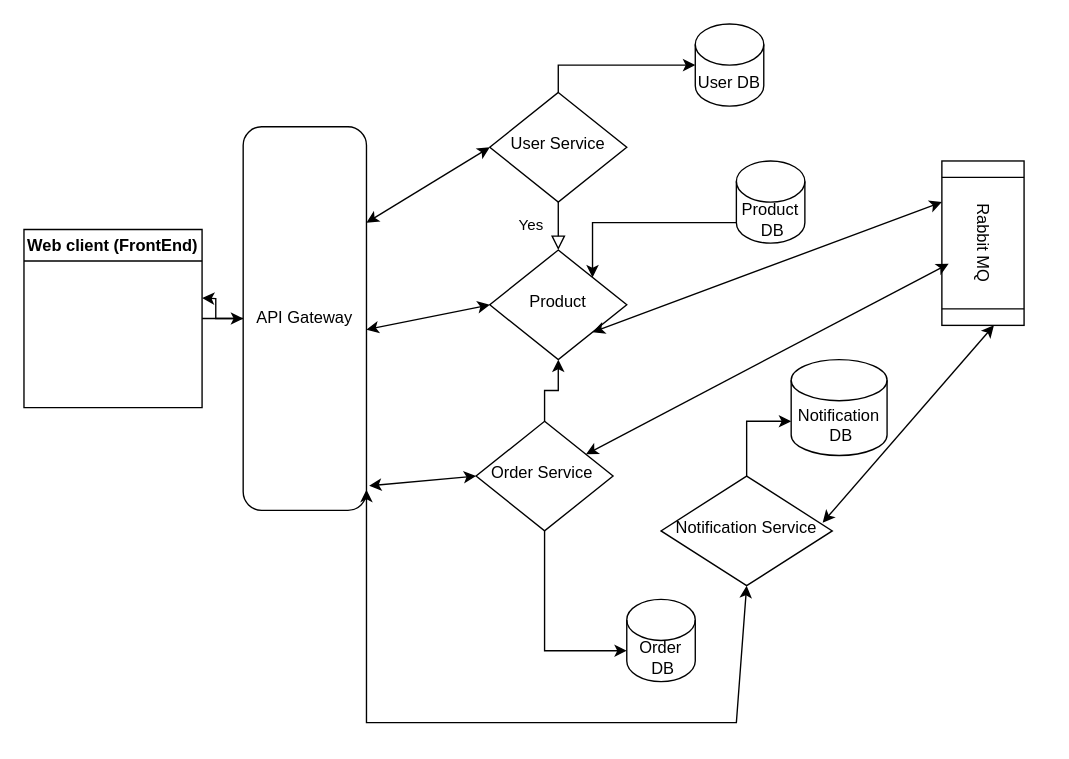
This is Flow Diagram.drawio from AyushHere/ECommerceMicroservices, a draw.io file, before an edit. Source tidied: cells renumbered, new cells numbered last; positions are measured from the earlier drawing's top-left corner, leaving out a move shared by most shapes. Both pictures are drawn from the tidied source at 137%, with x=0, y=0 at pixel (23, 23).
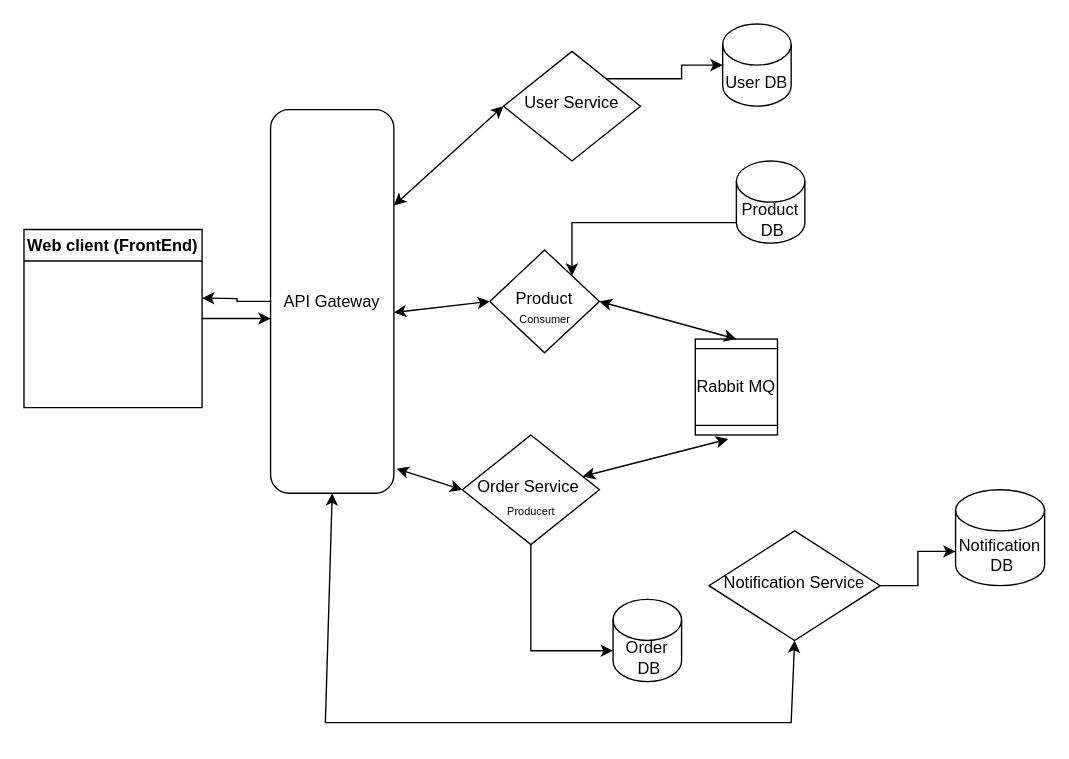
The same diagram, later.

Change to the diagram source:
```diff
@@
     <mxCell id="3" value="API Gateway" style="rounded=1;whiteSpace=wrap;html=1;fontSize=12;glass=0;strokeWidth=1;shadow=0;" parent="1" vertex="1">
-      <mxGeometry x="160" y="75" width="90" height="280" as="geometry" />
+      <mxGeometry x="180" y="62.5" width="90" height="280" as="geometry" />
     </mxCell>
-    <mxCell id="4" value="Yes" style="rounded=0;html=1;jettySize=auto;fontSize=11;endArrow=block;endFill=0;endSize=8;strokeWidth=1;shadow=0;labelBackgroundColor=none;edgeStyle=orthogonalEdgeStyle;" parent="1" edge="1" source="6" target="7">
-      <mxGeometry y="20" relative="1" as="geometry" />
-    </mxCell>
-    <mxCell id="5" style="edgeStyle=orthogonalEdgeStyle;rounded=0;jettySize=auto;html=1;exitX=0.5;exitY=0;exitDx=0;exitDy=0;" parent="1" edge="1" source="6" target="13">
+    <mxCell id="5" style="edgeStyle=orthogonalEdgeStyle;rounded=0;jettySize=auto;html=1;exitX=1;exitY=0;exitDx=0;exitDy=0;" parent="1" edge="1" source="6" target="13">
       <mxGeometry relative="1" as="geometry" />
     </mxCell>
     <mxCell id="6" value="User Service" style="rhombus;whiteSpace=wrap;html=1;shadow=0;fontFamily=Helvetica;fontSize=12;align=center;strokeWidth=1;spacing=6;spacingTop=-4;" parent="1" vertex="1">
-      <mxGeometry x="340" y="50" width="100" height="80" as="geometry" />
+      <mxGeometry x="350" y="20" width="100" height="80" as="geometry" />
     </mxCell>
     <mxCell id="7" value="Product" style="rhombus;whiteSpace=wrap;html=1;shadow=0;fontFamily=Helvetica;fontSize=12;align=center;strokeWidth=1;spacing=6;spacingTop=-4;" parent="1" vertex="1">
-      <mxGeometry x="340" y="165" width="100" height="80" as="geometry" />
+      <mxGeometry x="340" y="165" width="80" height="75" as="geometry" />
     </mxCell>
@@
-    <mxCell id="10" style="edgeStyle=orthogonalEdgeStyle;rounded=0;jettySize=auto;html=1;" parent="1" edge="1" source="11" target="7">
-      <mxGeometry relative="1" as="geometry" />
-    </mxCell>
     <mxCell id="11" value="Order Service&amp;nbsp;" style="rhombus;whiteSpace=wrap;html=1;shadow=0;fontFamily=Helvetica;fontSize=12;align=center;strokeWidth=1;spacing=6;spacingTop=-4;" parent="1" vertex="1">
-      <mxGeometry x="330" y="290" width="100" height="80" as="geometry" />
+      <mxGeometry x="320" y="300" width="100" height="80" as="geometry" />
     </mxCell>
     <mxCell id="12" value="Notification Service" style="rhombus;whiteSpace=wrap;html=1;shadow=0;fontFamily=Helvetica;fontSize=12;align=center;strokeWidth=1;spacing=6;spacingTop=-4;" parent="1" vertex="1">
-      <mxGeometry x="465" y="330" width="125" height="80" as="geometry" />
+      <mxGeometry x="500" y="370" width="125" height="80" as="geometry" />
     </mxCell>
     <mxCell id="13" value="User DB" style="shape=cylinder3;whiteSpace=wrap;html=1;boundedLbl=1;backgroundOutline=1;size=15;" parent="1" vertex="1">
-      <mxGeometry x="490" width="50" height="60" as="geometry" />
+      <mxGeometry x="510" width="50" height="60" as="geometry" />
     </mxCell>
@@
     <mxCell id="16" value="Order&lt;div&gt;&amp;nbsp;DB&lt;/div&gt;" style="shape=cylinder3;whiteSpace=wrap;html=1;boundedLbl=1;backgroundOutline=1;size=15;" parent="1" vertex="1">
-      <mxGeometry x="440" y="420" width="50" height="60" as="geometry" />
+      <mxGeometry x="430" y="420" width="50" height="60" as="geometry" />
     </mxCell>
@@
     <mxCell id="18" value="Notification&lt;div&gt;&amp;nbsp;DB&lt;/div&gt;" style="shape=cylinder3;whiteSpace=wrap;html=1;boundedLbl=1;backgroundOutline=1;size=15;" parent="1" vertex="1">
-      <mxGeometry x="560" y="245" width="70" height="70" as="geometry" />
+      <mxGeometry x="680" y="340" width="65" height="70" as="geometry" />
     </mxCell>
@@
-    <mxCell id="20" value="Rabbit MQ" style="shape=process;whiteSpace=wrap;html=1;backgroundOutline=1;rotation=90;" parent="1" vertex="1">
-      <mxGeometry x="640" y="130" width="120" height="60" as="geometry" />
+    <mxCell id="20" value="Rabbit MQ" style="shape=process;whiteSpace=wrap;html=1;backgroundOutline=1;rotation=0;direction=south;" parent="1" vertex="1">
+      <mxGeometry x="490" y="230" width="60" height="70" as="geometry" />
     </mxCell>
@@
-    <mxCell id="22" style="endArrow=classic;startArrow=classic;html=1;rounded=0;entryX=0.625;entryY=0.917;entryDx=0;entryDy=0;entryPerimeter=0;" parent="1" edge="1" source="11" target="20">
+    <mxCell id="22" style="endArrow=classic;startArrow=classic;html=1;rounded=0;entryX=1.043;entryY=0.6;entryDx=0;entryDy=0;entryPerimeter=0;" parent="1" edge="1" source="11" target="20">
       <mxGeometry relative="1" as="geometry" />
     </mxCell>
@@
-    <mxCell id="25" style="endArrow=classic;startArrow=classic;html=1;rounded=0;exitX=0.5;exitY=1;exitDx=0;exitDy=0;" parent="1" edge="1" source="12">
+    <mxCell id="25" style="endArrow=classic;startArrow=classic;html=1;rounded=0;exitX=0.5;exitY=1;exitDx=0;exitDy=0;entryX=0.5;entryY=1;entryDx=0;entryDy=0;" parent="1" edge="1" source="12" target="3">
       <mxGeometry relative="1" as="geometry">
-        <mxPoint x="250" y="340" as="targetPoint" />
         <Array as="points">
-          <mxPoint x="520" y="510" />
-          <mxPoint x="250" y="510" />
+          <mxPoint x="560" y="510" />
+          <mxPoint x="220" y="510" />
         </Array>
       </mxGeometry>
     </mxCell>
+    <mxCell id="28" value="&lt;font style=&quot;font-size: 8px;&quot;&gt;Producert&lt;/font&gt;" style="text;html=1;align=center;verticalAlign=middle;strokeColor=none;fillColor=none;" parent="1" vertex="1">
+      <mxGeometry x="340" y="340" width="60" height="30" as="geometry" />
+    </mxCell>
+    <mxCell id="29" value="&lt;font style=&quot;font-size: 8px;&quot;&gt;Consumer&lt;/font&gt;" style="text;html=1;align=center;verticalAlign=middle;strokeColor=none;fillColor=none;" parent="1" vertex="1">
+      <mxGeometry x="350" y="200" width="60" height="30" as="geometry" />
+    </mxCell>
-    <mxCell id="26" style="endArrow=classic;startArrow=classic;html=1;rounded=0;entryX=0.25;entryY=1;entryDx=0;entryDy=0;exitX=1;exitY=1;exitDx=0;exitDy=0;" parent="1" edge="1" source="7" target="20">
+    <mxCell id="26" style="endArrow=classic;startArrow=classic;html=1;rounded=0;entryX=0;entryY=0.5;entryDx=0;entryDy=0;exitX=1;exitY=0.5;exitDx=0;exitDy=0;" parent="1" edge="1" source="7" target="20">
       <mxGeometry relative="1" as="geometry" />
     </mxCell>
-    <mxCell id="27" style="endArrow=classic;startArrow=classic;html=1;rounded=0;entryX=1;entryY=0.367;entryDx=0;entryDy=0;entryPerimeter=0;exitX=0.944;exitY=0.425;exitDx=0;exitDy=0;exitPerimeter=0;" parent="1" edge="1" source="12" target="20">
-      <mxGeometry relative="1" as="geometry" />
-    </mxCell>
```
